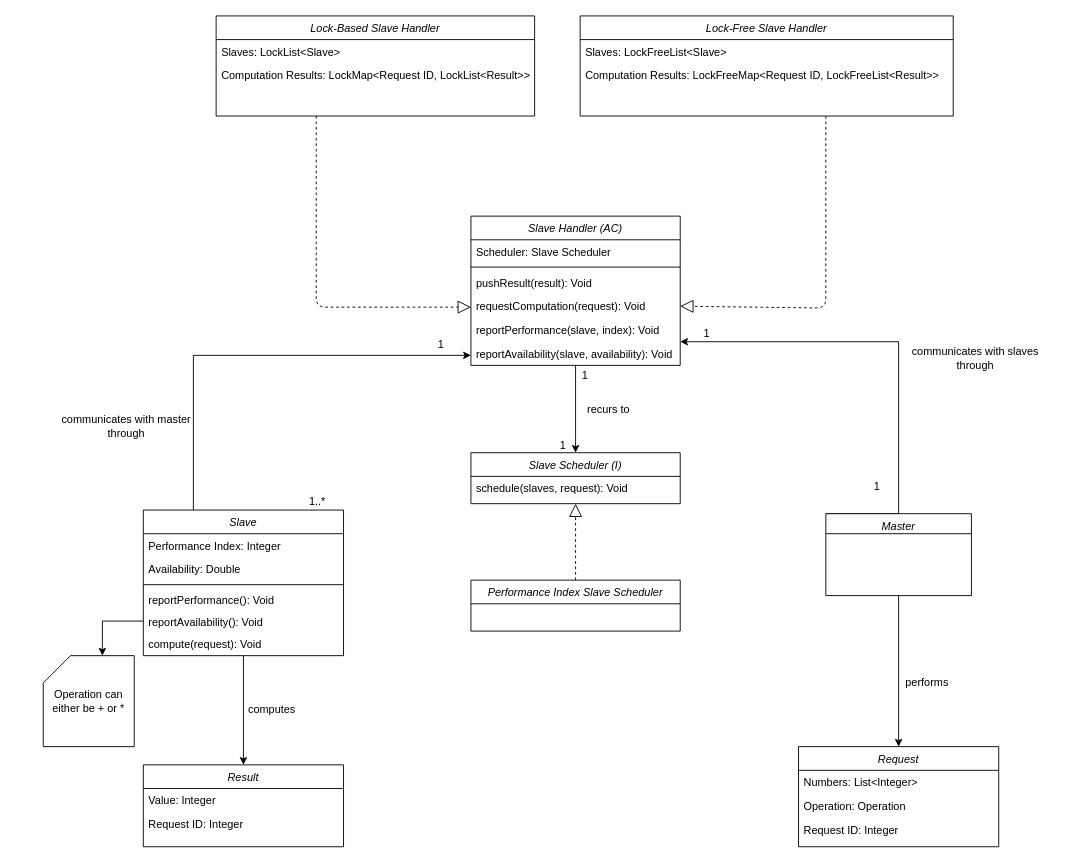
Earlier version of the draw.io diagram diagrams/src/domain.drawio (freitzzz/SOCOF19-20-G5). Source tidied: cells renumbered, new cells numbered last; positions are measured from the earlier drawing's top-left corner, leaving out a move shared by most shapes. Both pictures are drawn from the tidied source at 91%, with x=0, y=0 at pixel (43, 15).
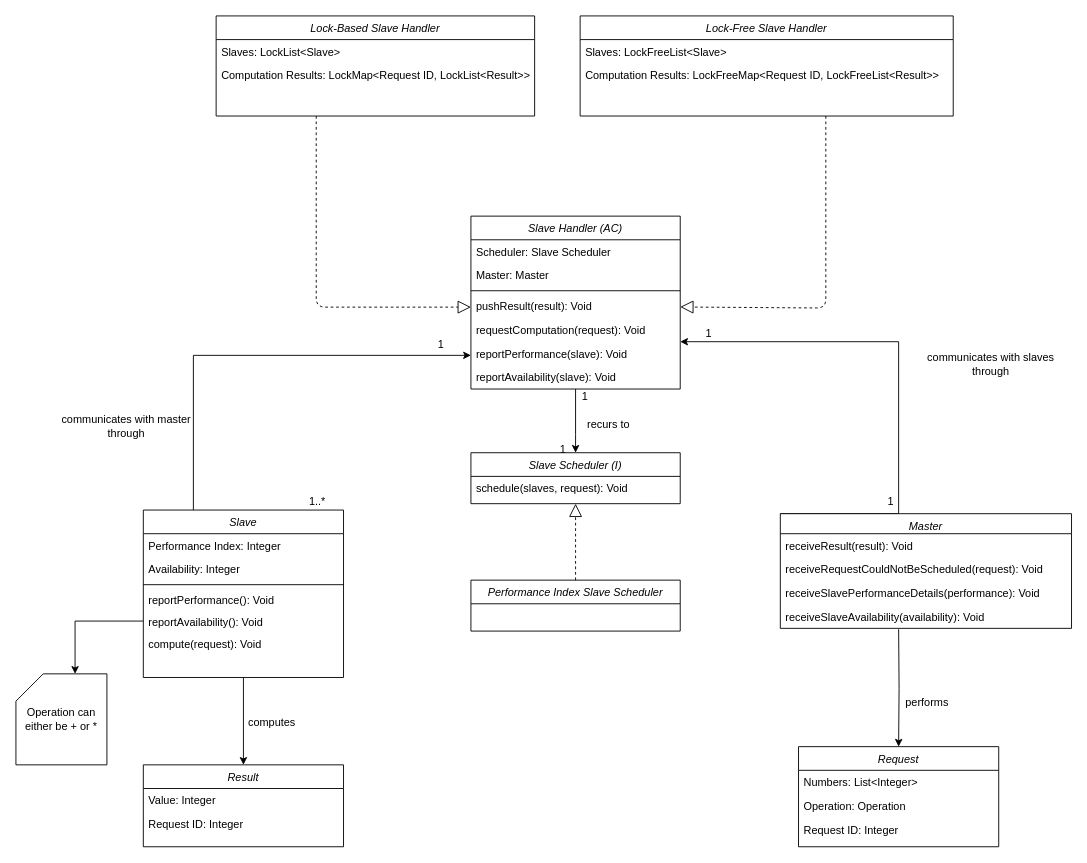
The same diagram, later.

Commit message (it also covers changes not shown here):
Updated domain model to include the receive of slave performance details and availability on master

Unchanged cells that the change refers to:
```xml
<mxCell id="40" value="Request" style="swimlane;fontStyle=2;align=center;verticalAlign=top;horizontal=1;startSize=26;rounded=0;shadow=0;strokeWidth=1;" parent="1" vertex="1">
  <mxGeometry x="830" y="803" width="220" height="110" as="geometry" />
</mxCell>
```

Diff of the diagram source:
```diff
@@
-    <mxCell id="10" style="edgeStyle=orthogonalEdgeStyle;rounded=0;jettySize=auto;html=1;exitX=0.5;exitY=1;exitDx=0;exitDy=0;entryX=0.5;entryY=0;entryDx=0;entryDy=0;" parent="1" edge="1" source="39" target="40">
-      <mxGeometry relative="1" as="geometry" />
+    <mxCell id="10" style="edgeStyle=orthogonalEdgeStyle;rounded=0;jettySize=auto;html=1;entryX=0.5;entryY=0;entryDx=0;entryDy=0;" parent="1" edge="1" target="40">
+      <mxGeometry relative="1" as="geometry">
+        <mxPoint x="940" y="674" as="sourcePoint" />
+      </mxGeometry>
     </mxCell>
@@
     <mxCell id="12" value="Operation can either be + or *" style="shape=card;whiteSpace=wrap;html=1;" parent="1" vertex="1">
-      <mxGeometry y="703" width="100" height="100" as="geometry" />
+      <mxGeometry x="-30" y="723" width="100" height="100" as="geometry" />
     </mxCell>
@@
     <mxCell id="20" value="Slave Handler (AC)" style="swimlane;fontStyle=2;align=center;verticalAlign=top;horizontal=1;startSize=26;rounded=0;shadow=0;strokeWidth=1;" parent="1" vertex="1">
-      <mxGeometry x="470" y="220" width="230" height="164" as="geometry" />
+      <mxGeometry x="470" y="220" width="230" height="190" as="geometry" />
     </mxCell>
@@
+    <mxCell id="54" value="Master: Master" style="text;align=left;verticalAlign=top;spacingLeft=4;spacingRight=4;overflow=hidden;rounded=0;shadow=0;html=0;" parent="20" vertex="1">
+      <mxGeometry y="52" width="230" height="26" as="geometry" />
+    </mxCell>
     <mxCell id="22" style="line;html=1;strokeWidth=1;align=left;verticalAlign=middle;spacingTop=-1;spacingLeft=3;spacingRight=3;labelPosition=right;" parent="20" vertex="1">
-      <mxGeometry y="52" width="230" height="8" as="geometry" />
+      <mxGeometry y="78" width="230" height="8" as="geometry" />
     </mxCell>
     <mxCell id="23" value="pushResult(result): Void" style="text;align=left;verticalAlign=top;spacingLeft=4;spacingRight=4;overflow=hidden;points=[[0,0.5],[1,0.5]];portConstraint=eastwest;rounded=0;shadow=0;html=0;" parent="20" vertex="1">
-      <mxGeometry y="60" width="230" height="26" as="geometry" />
+      <mxGeometry y="86" width="230" height="26" as="geometry" />
     </mxCell>
     <mxCell id="24" value="requestComputation(request): Void" style="text;align=left;verticalAlign=top;spacingLeft=4;spacingRight=4;overflow=hidden;points=[[0,0.5],[1,0.5]];portConstraint=eastwest;rounded=0;shadow=0;html=0;" parent="20" vertex="1">
-      <mxGeometry y="86" width="230" height="26" as="geometry" />
+      <mxGeometry y="112" width="230" height="26" as="geometry" />
     </mxCell>
-    <mxCell id="25" value="reportPerformance(slave, index): Void" style="text;align=left;verticalAlign=top;spacingLeft=4;spacingRight=4;overflow=hidden;rounded=0;shadow=0;html=0;" parent="20" vertex="1">
-      <mxGeometry y="112" width="230" height="26" as="geometry" />
+    <mxCell id="25" value="reportPerformance(slave): Void" style="text;align=left;verticalAlign=top;spacingLeft=4;spacingRight=4;overflow=hidden;rounded=0;shadow=0;html=0;" parent="20" vertex="1">
+      <mxGeometry y="138" width="230" height="26" as="geometry" />
     </mxCell>
-    <mxCell id="26" value="reportAvailability(slave, availability): Void" style="text;align=left;verticalAlign=top;spacingLeft=4;spacingRight=4;overflow=hidden;rounded=0;shadow=0;html=0;" parent="20" vertex="1">
-      <mxGeometry y="138" width="230" height="26" as="geometry" />
+    <mxCell id="26" value="reportAvailability(slave): Void" style="text;align=left;verticalAlign=top;spacingLeft=4;spacingRight=4;overflow=hidden;rounded=0;shadow=0;html=0;" parent="20" vertex="1">
+      <mxGeometry y="164" width="230" height="26" as="geometry" />
     </mxCell>
@@
-    <mxCell id="37" style="endArrow=block;dashed=1;endFill=0;endSize=12;html=1;entryX=1;entryY=0.5;entryDx=0;entryDy=0;" parent="1" edge="1" target="24">
+    <mxCell id="37" style="endArrow=block;dashed=1;endFill=0;endSize=12;html=1;" parent="1" edge="1" target="23">
       <mxGeometry relative="1" as="geometry">
         <mxPoint x="860" y="110" as="sourcePoint" />
         <Array as="points">
           <mxPoint x="860" y="321" />
         </Array>
       </mxGeometry>
     </mxCell>
@@
-    <mxCell id="39" value="Master" style="swimlane;fontStyle=2;align=center;verticalAlign=top;horizontal=1;startSize=22;rounded=0;shadow=0;strokeWidth=1;" parent="1" vertex="1">
-      <mxGeometry x="860" y="547" width="160" height="90" as="geometry" />
-    </mxCell>
@@
     <mxCell id="44" value="Slave" style="swimlane;fontStyle=2;align=center;verticalAlign=top;horizontal=1;startSize=26;rounded=0;shadow=0;strokeWidth=1;" parent="1" vertex="1">
-      <mxGeometry x="110" y="543" width="220" height="160" as="geometry" />
+      <mxGeometry x="110" y="543" width="220" height="184" as="geometry" />
     </mxCell>
@@
-    <mxCell id="46" value="Availability: Double" style="text;align=left;verticalAlign=top;spacingLeft=4;spacingRight=4;overflow=hidden;rounded=0;shadow=0;html=0;" parent="44" vertex="1">
+    <mxCell id="46" value="Availability: Integer" style="text;align=left;verticalAlign=top;spacingLeft=4;spacingRight=4;overflow=hidden;rounded=0;shadow=0;html=0;" parent="44" vertex="1">
       <mxGeometry y="52" width="220" height="26" as="geometry" />
     </mxCell>
@@
+    <mxCell id="39" value="Master" style="swimlane;fontStyle=2;align=center;verticalAlign=top;horizontal=1;startSize=22;rounded=0;shadow=0;strokeWidth=1;" parent="1" vertex="1">
+      <mxGeometry x="810" y="547" width="320" height="126" as="geometry" />
+    </mxCell>
+    <mxCell id="55" value="receiveResult(result): Void" style="text;align=left;verticalAlign=top;spacingLeft=4;spacingRight=4;overflow=hidden;rounded=0;shadow=0;html=0;" parent="39" vertex="1">
+      <mxGeometry y="22" width="320" height="26" as="geometry" />
+    </mxCell>
+    <mxCell id="56" value="receiveRequestCouldNotBeScheduled(request): Void" style="text;align=left;verticalAlign=top;spacingLeft=4;spacingRight=4;overflow=hidden;rounded=0;shadow=0;html=0;" parent="39" vertex="1">
+      <mxGeometry y="48" width="320" height="26" as="geometry" />
+    </mxCell>
+    <mxCell id="57" value="receiveSlavePerformanceDetails(performance): Void" style="text;align=left;verticalAlign=top;spacingLeft=4;spacingRight=4;overflow=hidden;rounded=0;shadow=0;html=0;" parent="39" vertex="1">
+      <mxGeometry y="74" width="320" height="26" as="geometry" />
+    </mxCell>
+    <mxCell id="58" value="receiveSlaveAvailability(availability): Void" style="text;align=left;verticalAlign=top;spacingLeft=4;spacingRight=4;overflow=hidden;rounded=0;shadow=0;html=0;" parent="39" vertex="1">
+      <mxGeometry y="100" width="320" height="26" as="geometry" />
+    </mxCell>
```
